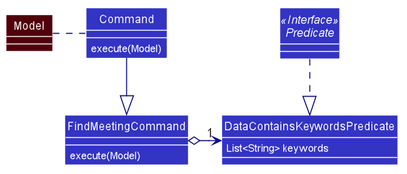
This is docs/images/FindMeetingClassDiagram.png from zhaohuanqdcn/tp, a PlantUML export, as it was before one commit.
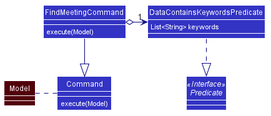
Later version of the same file.

What changed in the source:
```diff
@@ -67,6 +67,6 @@
 
 FindMeetingCommand o-right-> "1" DataContainsKeywordsPredicate
 Command .left. Model
-Command -down-|> FindMeetingCommand
-Predicate .down.|> DataContainsKeywordsPredicate
+FindMeetingCommand -down-|> Command
+DataContainsKeywordsPredicate .down.|> Predicate
 @enduml
```
